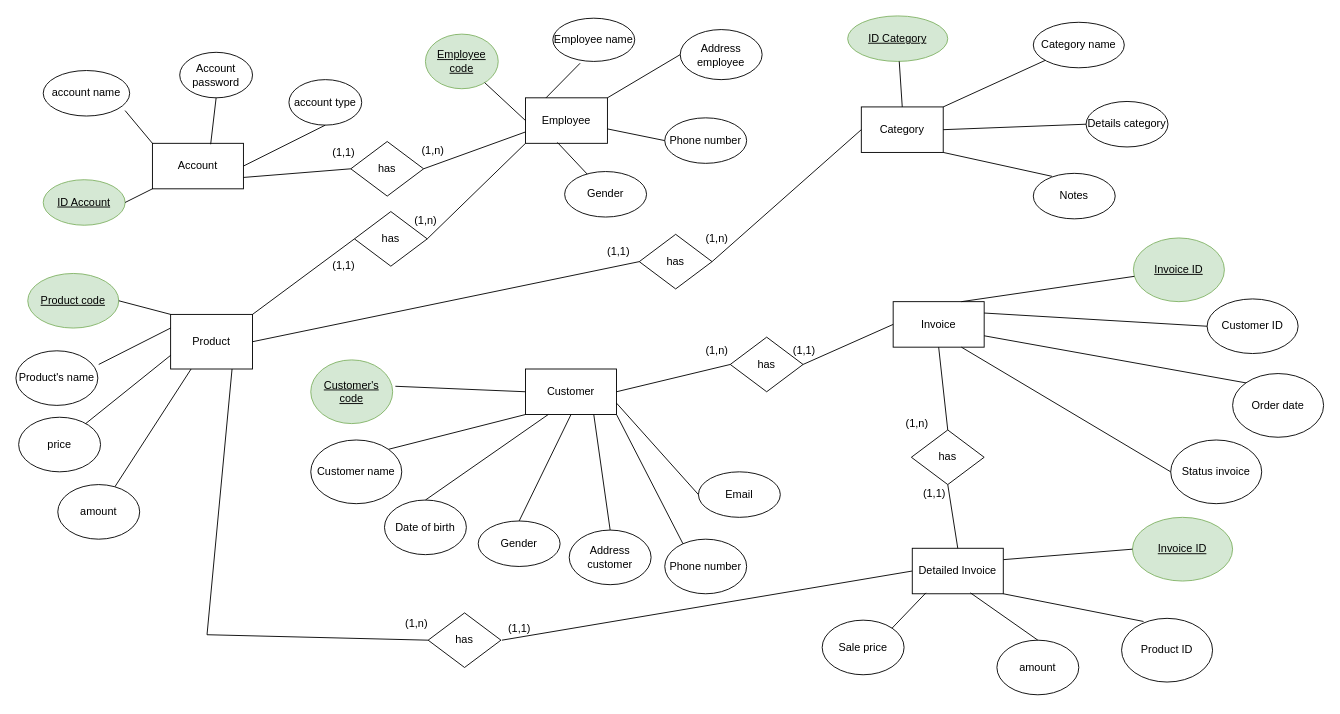
Before: DtbAsg.drawio in DungCR7/Database, a draw.io diagram. Source tidied: cells renumbered, new cells numbered last; positions are measured from the earlier drawing's top-left corner, leaving out a move shared by most shapes. Both pictures are drawn from the tidied source at 91%, with x=0, y=0 at pixel (15, 15).
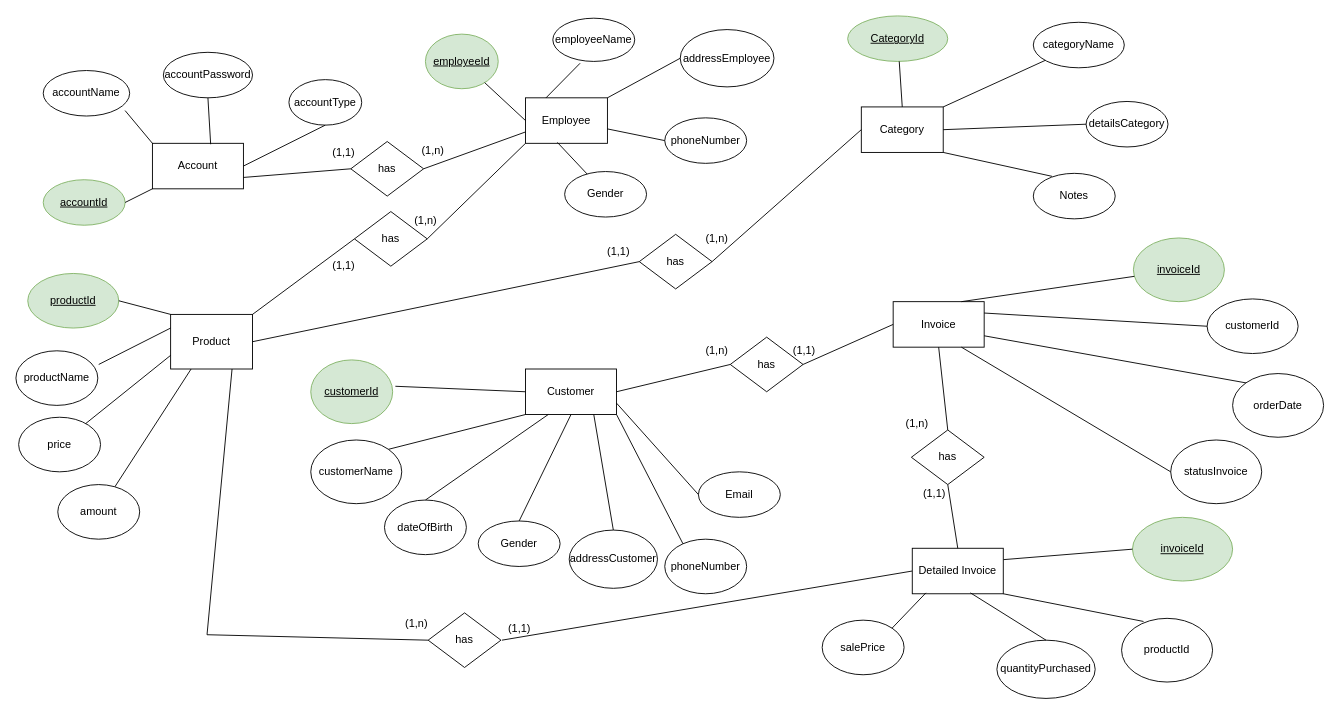
After the change.

The edit, as a diff of the source:
```diff
@@
-    <mxCell id="3" value="&lt;span style=&quot;font-size: 12px&quot;&gt;&lt;u&gt;Employee code&lt;/u&gt;&lt;/span&gt;" style="ellipse;whiteSpace=wrap;html=1;fillColor=#d5e8d4;strokeColor=#82b366;" parent="1" vertex="1">
+    <mxCell id="3" value="&lt;span style=&quot;font-size: 12px&quot;&gt;&lt;u&gt;employeeId&lt;/u&gt;&lt;/span&gt;" style="ellipse;whiteSpace=wrap;html=1;fillColor=#d5e8d4;strokeColor=#82b366;" parent="1" vertex="1">
       <mxGeometry x="450" y="20" width="80" height="60" as="geometry" />
     </mxCell>
-    <mxCell id="4" value="&lt;span style=&quot;font-size: 12px&quot;&gt;&lt;u&gt;ID Account&lt;/u&gt;&lt;/span&gt;" style="ellipse;whiteSpace=wrap;html=1;fillColor=#d5e8d4;strokeColor=#82b366;" parent="1" vertex="1">
+    <mxCell id="4" value="&lt;u&gt;accountId&lt;/u&gt;" style="ellipse;whiteSpace=wrap;html=1;fillColor=#d5e8d4;strokeColor=#82b366;" parent="1" vertex="1">
       <mxGeometry x="30" y="180" width="90" height="50" as="geometry" />
     </mxCell>
-    <mxCell id="5" value="account type" style="ellipse;whiteSpace=wrap;html=1;" parent="1" vertex="1">
+    <mxCell id="5" value="accountType" style="ellipse;whiteSpace=wrap;html=1;" parent="1" vertex="1">
       <mxGeometry x="300" y="70" width="80" height="50" as="geometry" />
     </mxCell>
-    <mxCell id="6" value="&lt;span style=&quot;font-size: 12px&quot;&gt;Account password&lt;/span&gt;" style="ellipse;whiteSpace=wrap;html=1;" parent="1" vertex="1">
-      <mxGeometry x="180" y="40" width="80" height="50" as="geometry" />
+    <mxCell id="6" value="&lt;span style=&quot;font-size: 12px&quot;&gt;accountPassword&lt;/span&gt;" style="ellipse;whiteSpace=wrap;html=1;" parent="1" vertex="1">
+      <mxGeometry x="162" y="40" width="98" height="50" as="geometry" />
     </mxCell>
-    <mxCell id="7" value="account name" style="ellipse;whiteSpace=wrap;html=1;" parent="1" vertex="1">
+    <mxCell id="7" value="accountName" style="ellipse;whiteSpace=wrap;html=1;" parent="1" vertex="1">
       <mxGeometry x="30" y="60" width="95" height="50" as="geometry" />
     </mxCell>
@@
-    <mxCell id="9" value="Phone number" style="ellipse;whiteSpace=wrap;html=1;" parent="1" vertex="1">
+    <mxCell id="9" value="phoneNumber" style="ellipse;whiteSpace=wrap;html=1;" parent="1" vertex="1">
       <mxGeometry x="713" y="112" width="90" height="50" as="geometry" />
     </mxCell>
-    <mxCell id="10" value="Address employee" style="ellipse;whiteSpace=wrap;html=1;" parent="1" vertex="1">
-      <mxGeometry x="730" y="15" width="90" height="55" as="geometry" />
+    <mxCell id="10" value="addressEmployee" style="ellipse;whiteSpace=wrap;html=1;" parent="1" vertex="1">
+      <mxGeometry x="730" y="15" width="103" height="63" as="geometry" />
     </mxCell>
-    <mxCell id="11" value="Employee name" style="ellipse;whiteSpace=wrap;html=1;" parent="1" vertex="1">
+    <mxCell id="11" value="employeeName" style="ellipse;whiteSpace=wrap;html=1;" parent="1" vertex="1">
       <mxGeometry x="590" y="2.5" width="90" height="47.5" as="geometry" />
     </mxCell>
@@
-    <mxCell id="14" value="Details category" style="ellipse;whiteSpace=wrap;html=1;" parent="1" vertex="1">
+    <mxCell id="14" value="detailsCategory" style="ellipse;whiteSpace=wrap;html=1;" parent="1" vertex="1">
       <mxGeometry x="1176" y="94" width="90" height="50" as="geometry" />
     </mxCell>
-    <mxCell id="15" value="&lt;span style=&quot;font-size: 12px&quot;&gt;&lt;u&gt;ID Category&lt;/u&gt;&lt;/span&gt;" style="ellipse;whiteSpace=wrap;html=1;fillColor=#d5e8d4;strokeColor=#82b366;" parent="1" vertex="1">
+    <mxCell id="15" value="&lt;span style=&quot;font-size: 12px&quot;&gt;&lt;u&gt;CategoryId&lt;/u&gt;&lt;/span&gt;" style="ellipse;whiteSpace=wrap;html=1;fillColor=#d5e8d4;strokeColor=#82b366;" parent="1" vertex="1">
       <mxGeometry x="914" width="110" height="50" as="geometry" />
     </mxCell>
-    <mxCell id="16" value="Category name" style="ellipse;whiteSpace=wrap;html=1;" parent="1" vertex="1">
+    <mxCell id="16" value="categoryName" style="ellipse;whiteSpace=wrap;html=1;" parent="1" vertex="1">
       <mxGeometry x="1118" y="7" width="100" height="50" as="geometry" />
     </mxCell>
@@
-    <mxCell id="20" value="Product's name" style="ellipse;whiteSpace=wrap;html=1;" parent="1" vertex="1">
+    <mxCell id="20" value="productName" style="ellipse;whiteSpace=wrap;html=1;" parent="1" vertex="1">
       <mxGeometry y="368" width="90" height="60" as="geometry" />
     </mxCell>
-    <mxCell id="21" value="&lt;span style=&quot;font-size: 12px&quot;&gt;&lt;u&gt;Product code&lt;/u&gt;&lt;/span&gt;" style="ellipse;whiteSpace=wrap;html=1;fillColor=#d5e8d4;strokeColor=#82b366;" parent="1" vertex="1">
+    <mxCell id="21" value="&lt;span style=&quot;font-size: 12px&quot;&gt;&lt;u&gt;productId&lt;/u&gt;&lt;/span&gt;" style="ellipse;whiteSpace=wrap;html=1;fillColor=#d5e8d4;strokeColor=#82b366;" parent="1" vertex="1">
       <mxGeometry x="13" y="283" width="100" height="60" as="geometry" />
     </mxCell>
@@
-    <mxCell id="23" value="Phone number" style="ellipse;whiteSpace=wrap;html=1;" parent="1" vertex="1">
+    <mxCell id="23" value="phoneNumber" style="ellipse;whiteSpace=wrap;html=1;" parent="1" vertex="1">
       <mxGeometry x="713" y="575" width="90" height="60" as="geometry" />
     </mxCell>
-    <mxCell id="24" value="Address customer" style="ellipse;whiteSpace=wrap;html=1;" parent="1" vertex="1">
-      <mxGeometry x="608" y="565" width="90" height="60" as="geometry" />
+    <mxCell id="24" value="addressCustomer" style="ellipse;whiteSpace=wrap;html=1;" parent="1" vertex="1">
+      <mxGeometry x="608" y="565" width="97" height="64" as="geometry" />
     </mxCell>
-    <mxCell id="25" value="Customer name" style="ellipse;whiteSpace=wrap;html=1;" parent="1" vertex="1">
+    <mxCell id="25" value="customerName" style="ellipse;whiteSpace=wrap;html=1;" parent="1" vertex="1">
       <mxGeometry x="324" y="466" width="100" height="70" as="geometry" />
     </mxCell>
-    <mxCell id="26" value="&lt;span style=&quot;font-size: 12px&quot;&gt;&lt;u&gt;Customer's code&lt;/u&gt;&lt;/span&gt;" style="ellipse;whiteSpace=wrap;html=1;fillColor=#d5e8d4;strokeColor=#82b366;" parent="1" vertex="1">
+    <mxCell id="26" value="&lt;span style=&quot;font-size: 12px&quot;&gt;&lt;u&gt;customerId&lt;/u&gt;&lt;/span&gt;" style="ellipse;whiteSpace=wrap;html=1;fillColor=#d5e8d4;strokeColor=#82b366;" parent="1" vertex="1">
       <mxGeometry x="324" y="378" width="90" height="70" as="geometry" />
     </mxCell>
@@
-    <mxCell id="28" value="Customer ID" style="ellipse;whiteSpace=wrap;html=1;" parent="1" vertex="1">
+    <mxCell id="28" value="customerId" style="ellipse;whiteSpace=wrap;html=1;" parent="1" vertex="1">
       <mxGeometry x="1309" y="311" width="100" height="60" as="geometry" />
     </mxCell>
-    <mxCell id="29" value="Order date" style="ellipse;whiteSpace=wrap;html=1;" parent="1" vertex="1">
+    <mxCell id="29" value="orderDate" style="ellipse;whiteSpace=wrap;html=1;" parent="1" vertex="1">
       <mxGeometry x="1337" y="393" width="100" height="70" as="geometry" />
     </mxCell>
-    <mxCell id="30" value="&lt;u&gt;Invoice ID&lt;/u&gt;" style="ellipse;whiteSpace=wrap;html=1;fillColor=#d5e8d4;strokeColor=#82b366;" parent="1" vertex="1">
+    <mxCell id="30" value="&lt;u&gt;invoiceId&lt;/u&gt;" style="ellipse;whiteSpace=wrap;html=1;fillColor=#d5e8d4;strokeColor=#82b366;" parent="1" vertex="1">
       <mxGeometry x="1228" y="244" width="100" height="70" as="geometry" />
     </mxCell>
-    <mxCell id="31" value="&lt;span style=&quot;font-size: 12px&quot;&gt;&lt;u&gt;Invoice ID&lt;/u&gt;&lt;/span&gt;" style="ellipse;whiteSpace=wrap;html=1;fillColor=#d5e8d4;strokeColor=#82b366;" parent="1" vertex="1">
+    <mxCell id="31" value="&lt;span style=&quot;font-size: 12px&quot;&gt;&lt;u&gt;invoiceId&lt;/u&gt;&lt;/span&gt;" style="ellipse;whiteSpace=wrap;html=1;fillColor=#d5e8d4;strokeColor=#82b366;" parent="1" vertex="1">
       <mxGeometry x="1227" y="551" width="110" height="70" as="geometry" />
     </mxCell>
@@
-    <mxCell id="72" value="Date of birth" style="ellipse;whiteSpace=wrap;html=1;" parent="1" vertex="1">
+    <mxCell id="72" value="dateOfBirth" style="ellipse;whiteSpace=wrap;html=1;" parent="1" vertex="1">
       <mxGeometry x="405" y="532" width="90" height="60" as="geometry" />
     </mxCell>
@@
-    <mxCell id="79" value="Product ID" style="ellipse;whiteSpace=wrap;html=1;" parent="1" vertex="1">
+    <mxCell id="79" value="productId" style="ellipse;whiteSpace=wrap;html=1;" parent="1" vertex="1">
       <mxGeometry x="1215" y="662" width="100" height="70" as="geometry" />
     </mxCell>
-    <mxCell id="80" value="amount" style="ellipse;whiteSpace=wrap;html=1;" parent="1" vertex="1">
-      <mxGeometry x="1078" y="686" width="90" height="60" as="geometry" />
+    <mxCell id="80" value="quantityPurchased" style="ellipse;whiteSpace=wrap;html=1;" parent="1" vertex="1">
+      <mxGeometry x="1078" y="686" width="108" height="64" as="geometry" />
     </mxCell>
-    <mxCell id="81" value="Sale price" style="ellipse;whiteSpace=wrap;html=1;" parent="1" vertex="1">
+    <mxCell id="81" value="salePrice" style="ellipse;whiteSpace=wrap;html=1;" parent="1" vertex="1">
       <mxGeometry x="886" y="664" width="90" height="60" as="geometry" />
     </mxCell>
@@
-    <mxCell id="93" value="Status invoice" style="ellipse;whiteSpace=wrap;html=1;" parent="1" vertex="1">
+    <mxCell id="93" value="statusInvoice" style="ellipse;whiteSpace=wrap;html=1;" parent="1" vertex="1">
       <mxGeometry x="1269" y="466" width="100" height="70" as="geometry" />
     </mxCell>
```
